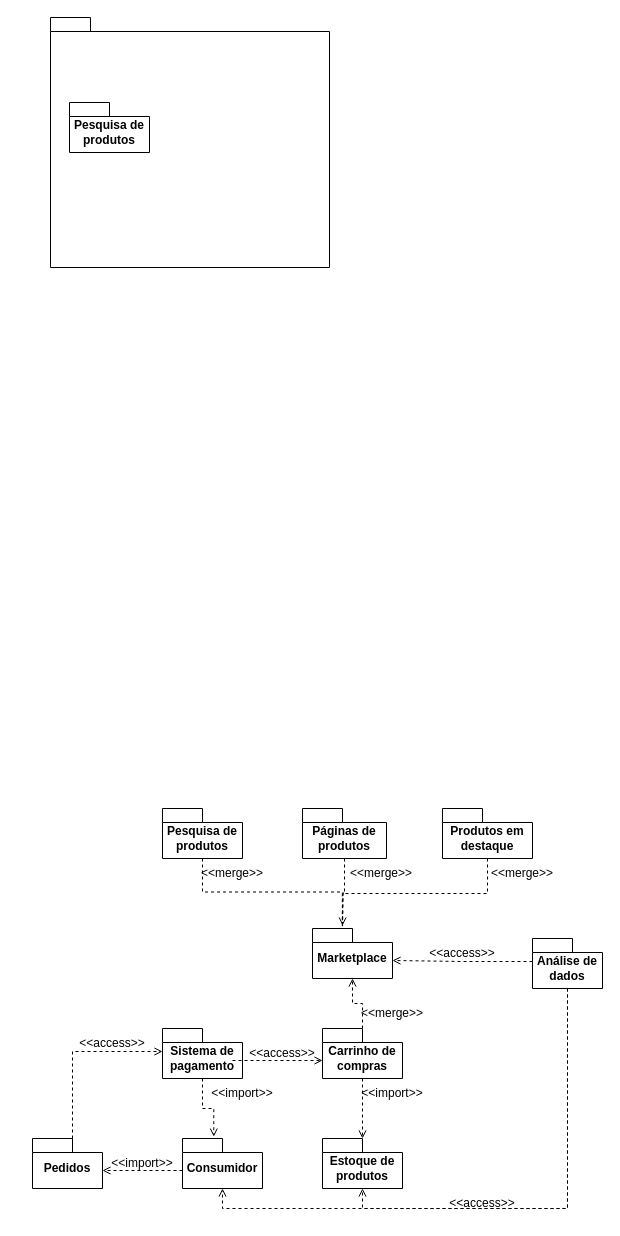
Earlier version of the draw.io diagram Diagrama_pacotes.drawio (davimicale/Patinho-Feio-do-Legume). Source tidied: cells renumbered, new cells numbered last; positions are measured from the earlier drawing's top-left corner, leaving out a move shared by most shapes. Both pictures are drawn from the tidied source at 100%, with x=0, y=0 at pixel (32, 17).
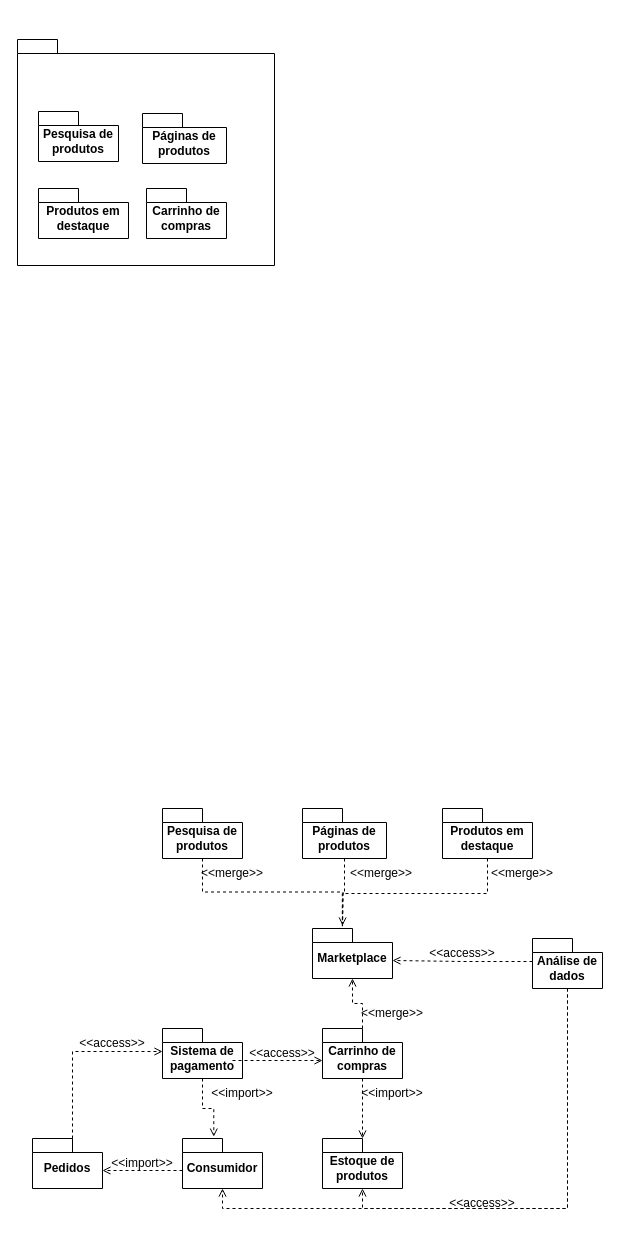
Above is the later version.

Change to the diagram source:
```diff
@@
     <mxCell id="35" style="shape=folder;fontStyle=1;spacingTop=10;tabWidth=40;tabHeight=14;tabPosition=left;html=1;whiteSpace=wrap;" parent="1" vertex="1">
-      <mxGeometry x="18" width="279" height="250" as="geometry" />
+      <mxGeometry x="-15" y="22" width="257" height="226" as="geometry" />
     </mxCell>
     <mxCell id="36" value="Pesquisa de produtos" style="shape=folder;fontStyle=1;spacingTop=10;tabWidth=40;tabHeight=14;tabPosition=left;html=1;whiteSpace=wrap;" parent="1" vertex="1">
-      <mxGeometry x="37" y="85" width="80" height="50" as="geometry" />
+      <mxGeometry x="6" y="94" width="80" height="50" as="geometry" />
     </mxCell>
+    <mxCell id="37" value="Páginas de produtos" style="shape=folder;fontStyle=1;spacingTop=10;tabWidth=40;tabHeight=14;tabPosition=left;html=1;whiteSpace=wrap;" parent="1" vertex="1">
+      <mxGeometry x="110" y="96" width="84" height="50" as="geometry" />
+    </mxCell>
+    <mxCell id="38" value="Produtos em destaque" style="shape=folder;fontStyle=1;spacingTop=10;tabWidth=40;tabHeight=14;tabPosition=left;html=1;whiteSpace=wrap;" parent="1" vertex="1">
+      <mxGeometry x="6" y="171" width="90" height="50" as="geometry" />
+    </mxCell>
+    <mxCell id="39" value="Carrinho de compras" style="shape=folder;fontStyle=1;spacingTop=10;tabWidth=40;tabHeight=14;tabPosition=left;html=1;whiteSpace=wrap;" parent="1" vertex="1">
+      <mxGeometry x="114" y="171" width="80" height="50" as="geometry" />
+    </mxCell>
```
